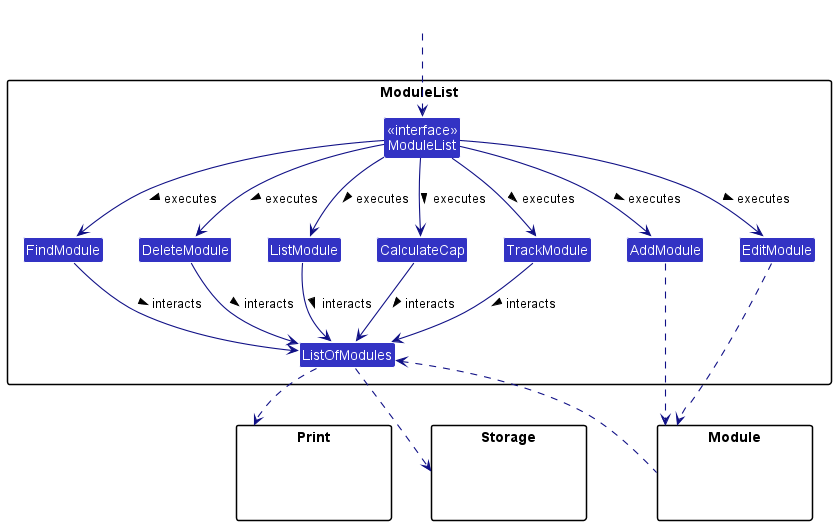
Earlier version of the PlantUML export docs/diagrams/ModuleList.png (saintzaw/tp). The source it was exported from:
```plantuml
@startuml
!include style.puml
skinparam arrowThickness 1.1
skinparam arrowColor LOGIC_COLOR_T4
skinparam classBackgroundColor LOGIC_COLOR

package ModuleList {

Class AddModule
Class FindModule
Class EditModule
Class DeleteModule
Class ListModule
Class CalculateCap
Class TrackModule
Class ListOfModules
Class "<<interface>>\nModuleList" as ModuleListInterface
}

package Print{
Class HiddenModel #FFFFFF
}

package Storage{
Class HiddenModel #FFFFFF
}

package Module{
Class HiddenModel #FFFFFF
}

Class HiddenOutside #FFFFFF
HiddenOutside..> ModuleListInterface

ModuleListInterface --> AddModule : executes >
ModuleListInterface --> FindModule : executes >
ModuleListInterface --> DeleteModule : executes >
ModuleListInterface --> EditModule: executes >
ModuleListInterface --> ListModule : executes >
ModuleListInterface --> TrackModule : executes >
ModuleListInterface --> CalculateCap : executes >

Module .up.> ListOfModules

AddModule -.> Module
EditModule ..> Module

DeleteModule --> ListOfModules : interacts >
FindModule --> ListOfModules : interacts >
ListModule --> ListOfModules : interacts >
TrackModule --> ListOfModules : interacts >
CalculateCap --> ListOfModules : interacts >

ListOfModules ..> Print
ListOfModules ..> Storage








@enduml
```
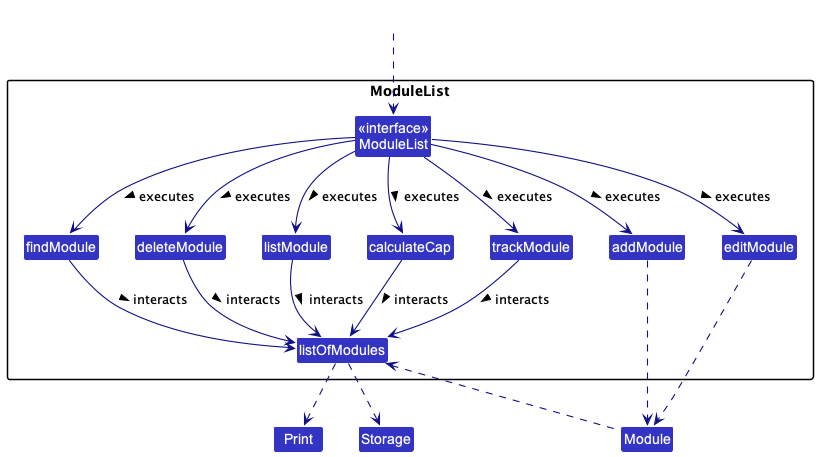
The same file after the commit.

Diff of the diagram source:
```diff
@@ -3,62 +3,42 @@
 skinparam arrowThickness 1.1
 skinparam arrowColor LOGIC_COLOR_T4
 skinparam classBackgroundColor LOGIC_COLOR
-
 package ModuleList {
 
-Class AddModule
-Class FindModule
-Class EditModule
-Class DeleteModule
-Class ListModule
-Class CalculateCap
-Class TrackModule
-Class ListOfModules
+Class addModule
+Class findModule
+Class editModule
+Class deleteModule
+Class listModule
+Class calculateCap
+Class trackModule
+Class listOfModules
 Class "<<interface>>\nModuleList" as ModuleListInterface
-}
-
-package Print{
-Class HiddenModel #FFFFFF
-}
-
-package Storage{
-Class HiddenModel #FFFFFF
-}
-
-package Module{
-Class HiddenModel #FFFFFF
 }
 
 Class HiddenOutside #FFFFFF
 HiddenOutside..> ModuleListInterface
 
-ModuleListInterface --> AddModule : executes >
-ModuleListInterface --> FindModule : executes >
-ModuleListInterface --> DeleteModule : executes >
-ModuleListInterface --> EditModule: executes >
-ModuleListInterface --> ListModule : executes >
-ModuleListInterface --> TrackModule : executes >
-ModuleListInterface --> CalculateCap : executes >
+ModuleListInterface --> addModule : executes >
+ModuleListInterface --> findModule : executes >
+ModuleListInterface --> deleteModule : executes >
+ModuleListInterface --> editModule: executes >
+ModuleListInterface --> listModule : executes >
+ModuleListInterface --> trackModule : executes >
+ModuleListInterface --> calculateCap : executes >
 
-Module .up.> ListOfModules
+Module .up.> listOfModules
 
-AddModule -.> Module
-EditModule ..> Module
+addModule -.> Module
+editModule ..> Module
 
-DeleteModule --> ListOfModules : interacts >
-FindModule --> ListOfModules : interacts >
-ListModule --> ListOfModules : interacts >
-TrackModule --> ListOfModules : interacts >
-CalculateCap --> ListOfModules : interacts >
+deleteModule --> listOfModules : interacts >
+findModule --> listOfModules : interacts >
+listModule --> listOfModules : interacts >
+trackModule --> listOfModules : interacts >
+calculateCap --> listOfModules : interacts >
 
-ListOfModules ..> Print
-ListOfModules ..> Storage
-
-
-
-
-
-
-
+listOfModules ..> Print
+listOfModules ..> Storage
 
 @enduml
```
